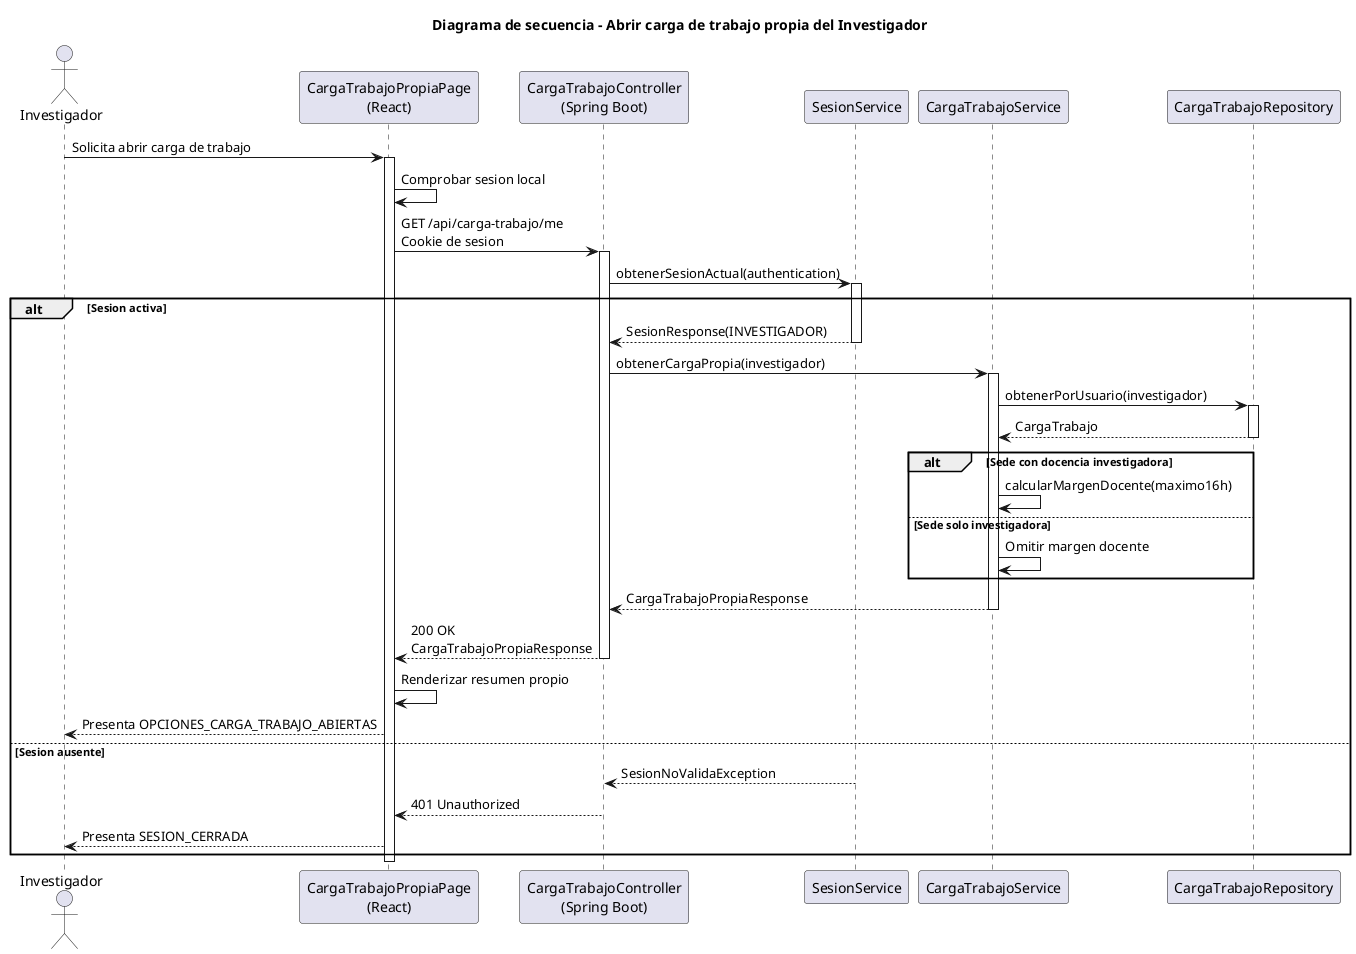
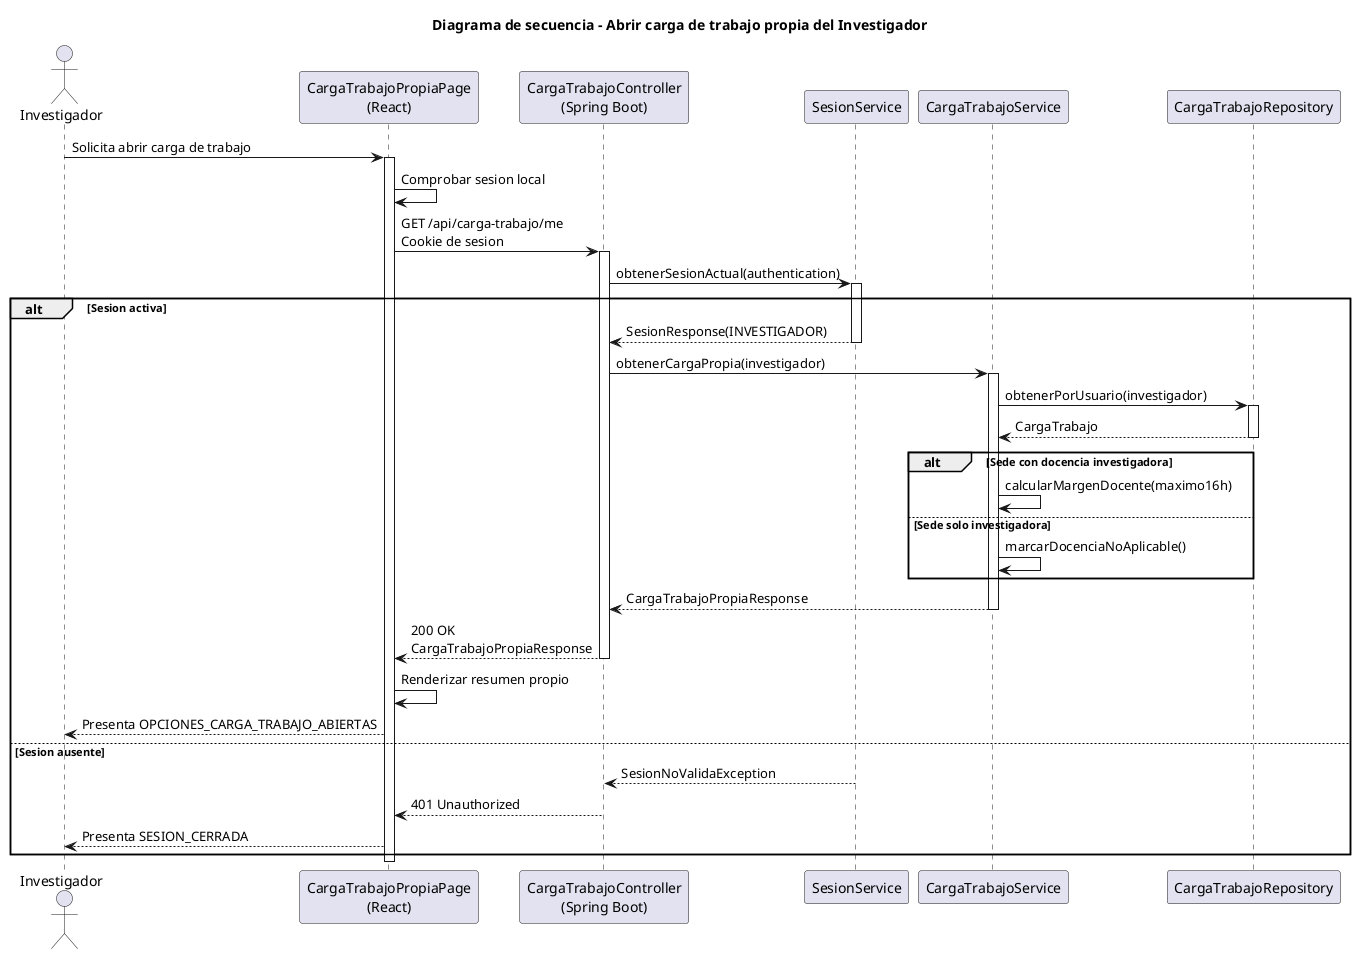
@startuml abrirOpcionesCargaTrabajo-investigador-diseno
title Diagrama de secuencia - Abrir carga de trabajo propia del Investigador

actor Investigador
participant "CargaTrabajoPropiaPage\n(React)" as Frontend
participant "CargaTrabajoController\n(Spring Boot)" as Api
participant "SesionService" as Sesion
participant "CargaTrabajoService" as Service
participant "CargaTrabajoRepository" as CargaRepo

Investigador -> Frontend: Solicita abrir carga de trabajo
activate Frontend
Frontend -> Frontend: Comprobar sesion local
Frontend -> Api: GET /api/carga-trabajo/me\nCookie de sesion
activate Api
Api -> Sesion: obtenerSesionActual(authentication)
activate Sesion
alt Sesion activa
    Sesion --> Api: SesionResponse(INVESTIGADOR)
    deactivate Sesion
    Api -> Service: obtenerCargaPropia(investigador)
    activate Service
    Service -> CargaRepo: obtenerPorUsuario(investigador)
    activate CargaRepo
    CargaRepo --> Service: CargaTrabajo
    deactivate CargaRepo
    alt Sede con docencia investigadora
        Service -> Service: calcularMargenDocente(maximo16h)
    else Sede solo investigadora
-         Service -> Service: Omitir margen docente
+         Service -> Service: marcarDocenciaNoAplicable()
    end
    Service --> Api: CargaTrabajoPropiaResponse
    deactivate Service
    Api --> Frontend: 200 OK\nCargaTrabajoPropiaResponse
    deactivate Api
    Frontend -> Frontend: Renderizar resumen propio
    Frontend --> Investigador: Presenta OPCIONES_CARGA_TRABAJO_ABIERTAS
else Sesion ausente
    Sesion --> Api: SesionNoValidaException
    deactivate Sesion
    Api --> Frontend: 401 Unauthorized
    deactivate Api
    Frontend --> Investigador: Presenta SESION_CERRADA
end
deactivate Frontend
@enduml
